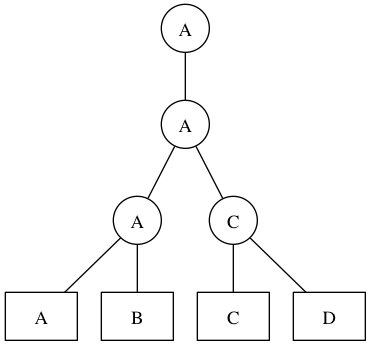
Before: convergencemerging-example-d.png, a diagram exported from Graphviz (sgolodetz/comparisonpaper). Its source is kept beside it as graphs/convergencemerging-example-d.gv. The source it was exported from:
```dot
graph
{
	node [shape=circle];

	A4 [label="A"];
	A3 [label="A"];
	A2 [label="A"];
	C2 [label="C"];

	node [shape=box];

	A1 [label="A"];
	B1 [label="B"];
	C1 [label="C"];
	D1 [label="D"];

	A4 -- A3 -- A2 -- A1;
	A3 -- C2 -- C1;
	A2 -- B1;
	C2 -- D1;
}
```
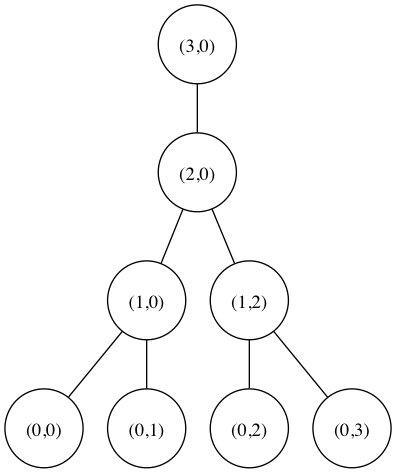
Later version of the same file.

What changed in the source:
```diff
@@ -2,17 +2,16 @@
 {
 	node [shape=circle];
 
-	A4 [label="A"];
-	A3 [label="A"];
-	A2 [label="A"];
-	C2 [label="C"];
+	A4 [label="(3,0)"];
+	A3 [label="(2,0)"];
+	A2 [label="(1,0)"];
+	C2 [label="(1,2)"];
 
-	node [shape=box];
 
-	A1 [label="A"];
-	B1 [label="B"];
-	C1 [label="C"];
-	D1 [label="D"];
+	A1 [label="(0,0)"];
+	B1 [label="(0,1)"];
+	C1 [label="(0,2)"];
+	D1 [label="(0,3)"];
 
 	A4 -- A3 -- A2 -- A1;
 	A3 -- C2 -- C1;
```
